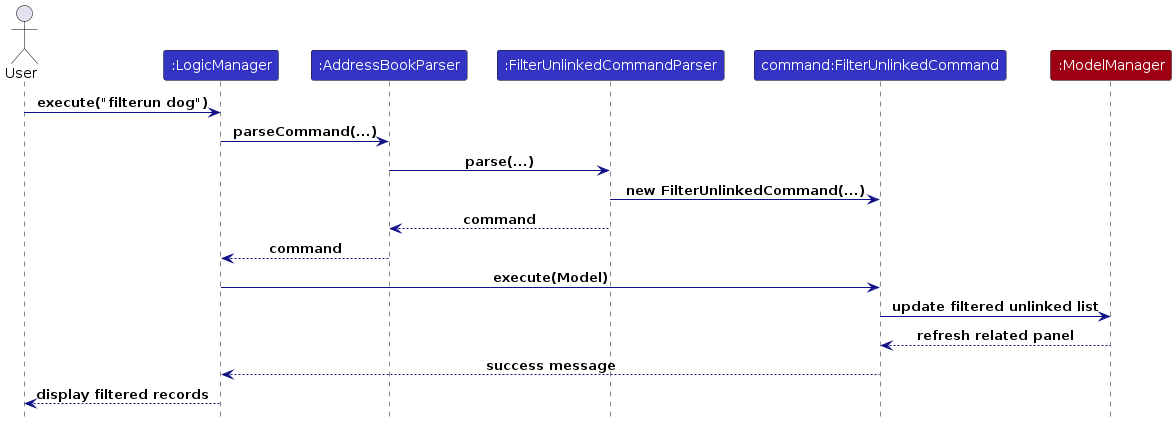
The PlantUML diagram diagrams/FilterUnlinkedSequenceDiagram.png in AY2627S1-CS2103T-T15-4/tp, before a commit. Its source is kept beside it as diagrams/FilterUnlinkedSequenceDiagram.puml.
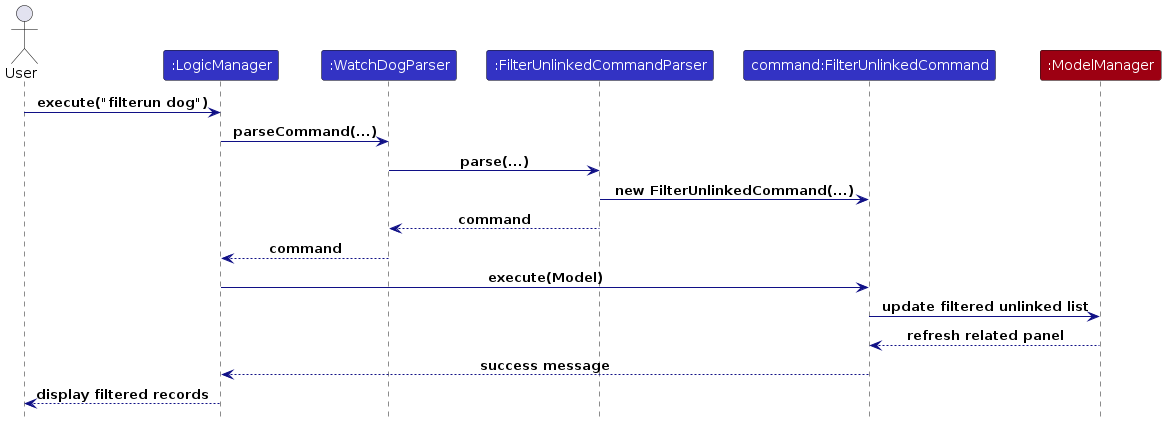
The same diagram one commit later.

Change to the diagram source:
```diff
@@ -4,7 +4,7 @@
 
 actor User
 participant ":LogicManager" as Logic LOGIC_COLOR
-participant ":AddressBookParser" as Router LOGIC_COLOR
+participant ":WatchDogParser" as Router LOGIC_COLOR
 participant ":FilterUnlinkedCommandParser" as Parser LOGIC_COLOR
 participant "command:FilterUnlinkedCommand" as Command LOGIC_COLOR
 participant ":ModelManager" as Model MODEL_COLOR
```
